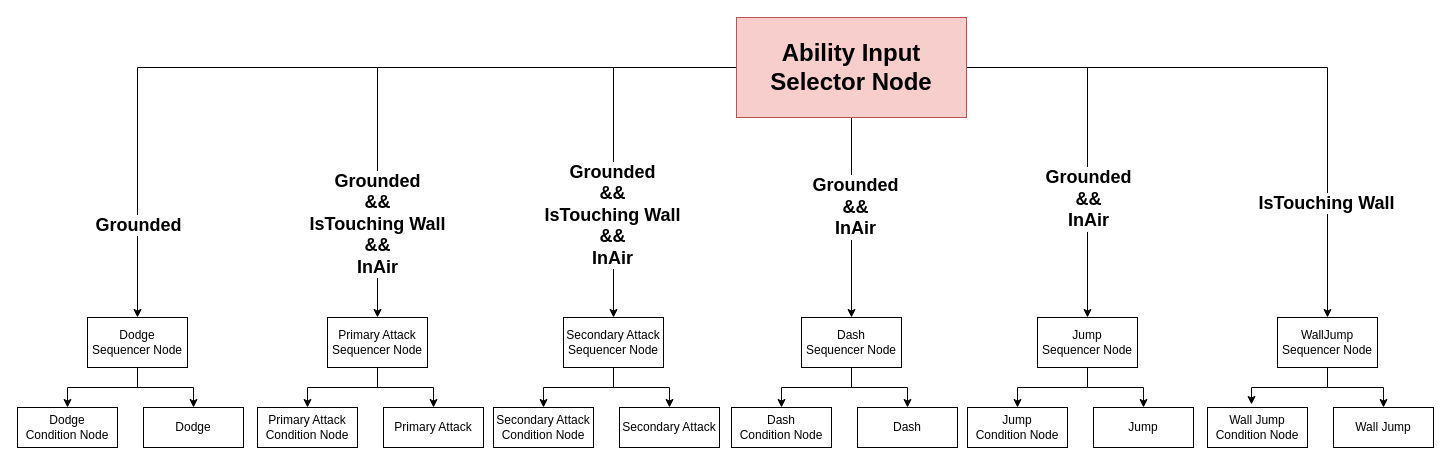
Above: BehaviorTree/Player/AbilityInput BT.drawio in BigLazyET/unity-flow (draw.io), before the change. Source tidied: cells renumbered, new cells numbered last; positions are measured from the earlier drawing's top-left corner, leaving out a move shared by most shapes. Both pictures are drawn from the tidied source at 100%, with x=0, y=0 at pixel (17, 17).
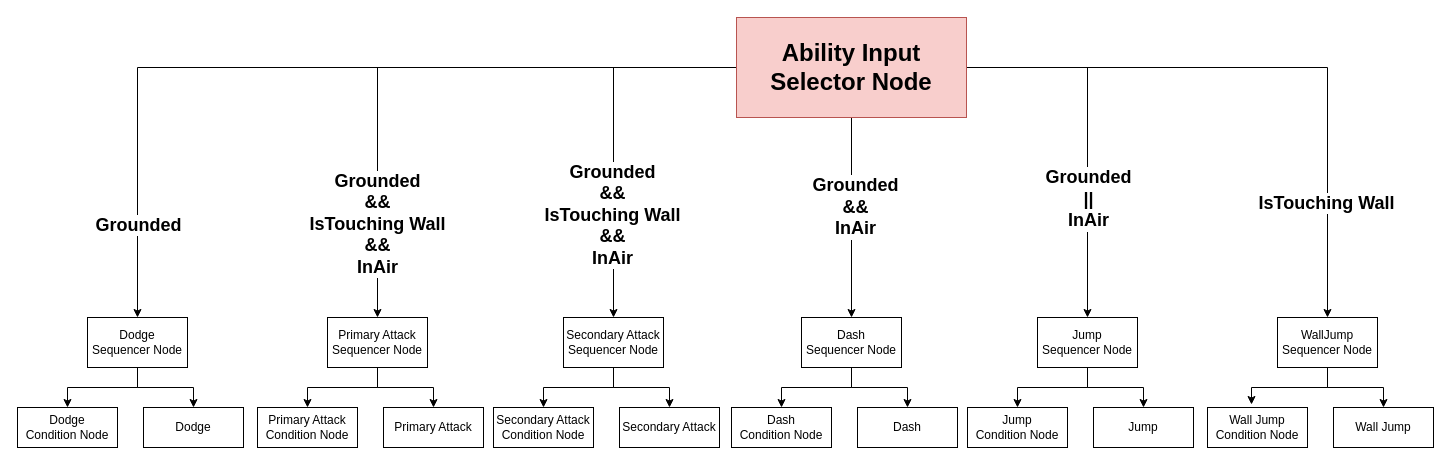
The same diagram, later.

The change refers to these unchanged cells:
```xml
<mxCell id="21" style="edgeStyle=orthogonalEdgeStyle;rounded=0;jettySize=auto;html=1;entryX=0.5;entryY=0;entryDx=0;entryDy=0;" parent="1" edge="1" source="27" target="46">
  <mxGeometry relative="1" as="geometry" />
</mxCell>
```

Diff of the diagram source:
```diff
@@
-    <mxCell id="22" value="Grounded&lt;br style=&quot;font-size: 18px;&quot;&gt;&amp;amp;&amp;amp;&lt;br style=&quot;font-size: 18px;&quot;&gt;InAir" style="edgeLabel;html=1;align=center;verticalAlign=middle;fontStyle=1;fontSize=18;" parent="21" vertex="1">
+    <mxCell id="22" value="Grounded&lt;br style=&quot;font-size: 18px;&quot;&gt;||&lt;br style=&quot;font-size: 18px;&quot;&gt;InAir" style="edgeLabel;html=1;align=center;verticalAlign=middle;fontStyle=1;fontSize=18;" parent="21" vertex="1">
       <mxGeometry x="0.36" relative="1" as="geometry" />
     </mxCell>
```
